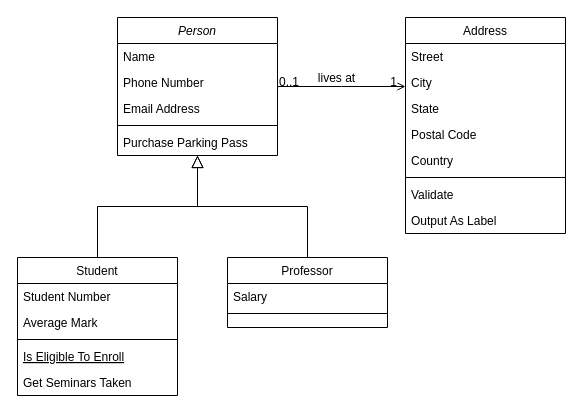
Above: design.drawio in zj-yan/Luc (draw.io), before the change. Source tidied: cells renumbered, new cells numbered last; positions are measured from the earlier drawing's top-left corner, leaving out a move shared by most shapes. Both pictures are drawn from the tidied source at 100%, with x=0, y=0 at pixel (17, 17).
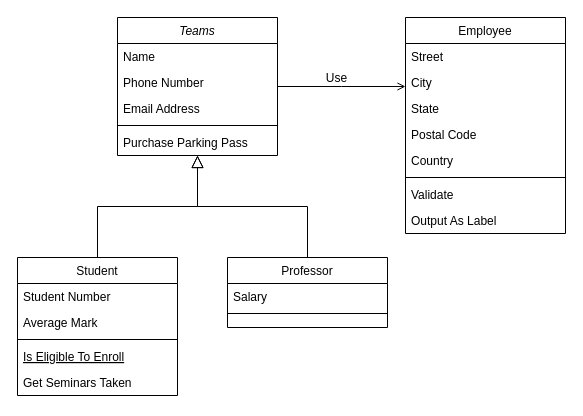
The same page after the edit.

Unchanged cells that the change refers to:
```xml
<mxCell id="28" style="endArrow=open;shadow=0;strokeWidth=1;rounded=0;endFill=1;edgeStyle=elbowEdgeStyle;elbow=vertical;" parent="1" edge="1" source="2" target="19">
  <mxGeometry x="0.5" y="41" relative="1" as="geometry">
    <mxPoint x="-40" y="32" as="offset" />
  </mxGeometry>
</mxCell>
```

Change to the diagram source:
```diff
@@
-    <mxCell id="2" value="Person" style="swimlane;fontStyle=2;align=center;verticalAlign=top;horizontal=1;startSize=26;rounded=0;shadow=0;strokeWidth=1;" parent="1" vertex="1">
+    <mxCell id="2" value="Teams" style="swimlane;fontStyle=2;align=center;verticalAlign=top;horizontal=1;startSize=26;rounded=0;shadow=0;strokeWidth=1;" parent="1" vertex="1">
       <mxGeometry x="100" width="160" height="138" as="geometry" />
     </mxCell>
@@
-    <mxCell id="19" value="Address" style="swimlane;fontStyle=0;align=center;verticalAlign=top;horizontal=1;startSize=26;rounded=0;shadow=0;strokeWidth=1;" parent="1" vertex="1">
+    <mxCell id="19" value="Employee" style="swimlane;fontStyle=0;align=center;verticalAlign=top;horizontal=1;startSize=26;rounded=0;shadow=0;strokeWidth=1;" parent="1" vertex="1">
       <mxGeometry x="388" width="160" height="216" as="geometry" />
     </mxCell>
@@
-    <mxCell id="29" value="0..1" style="align=left;verticalAlign=bottom;labelBackgroundColor=none;fontSize=12;" parent="28" vertex="1">
-      <mxGeometry x="-1" relative="1" as="geometry">
-        <mxPoint y="4" as="offset" />
-      </mxGeometry>
-    </mxCell>
-    <mxCell id="30" value="1" style="align=right;verticalAlign=bottom;labelBackgroundColor=none;fontSize=12;" parent="28" vertex="1">
-      <mxGeometry x="1" relative="1" as="geometry">
-        <mxPoint x="-7" y="4" as="offset" />
-      </mxGeometry>
-    </mxCell>
-    <mxCell id="31" value="lives at" style="text;html=1;align=center;verticalAlign=middle;labelBackgroundColor=none;rounded=0;shadow=0;strokeWidth=1;fontSize=12;" parent="28" vertex="1">
+    <mxCell id="31" value="Use" style="text;html=1;align=center;verticalAlign=middle;labelBackgroundColor=none;rounded=0;shadow=0;strokeWidth=1;fontSize=12;" parent="28" vertex="1">
       <mxGeometry x="0.5" y="49" relative="1" as="geometry">
         <mxPoint x="-38" y="40" as="offset" />
       </mxGeometry>
     </mxCell>
```
